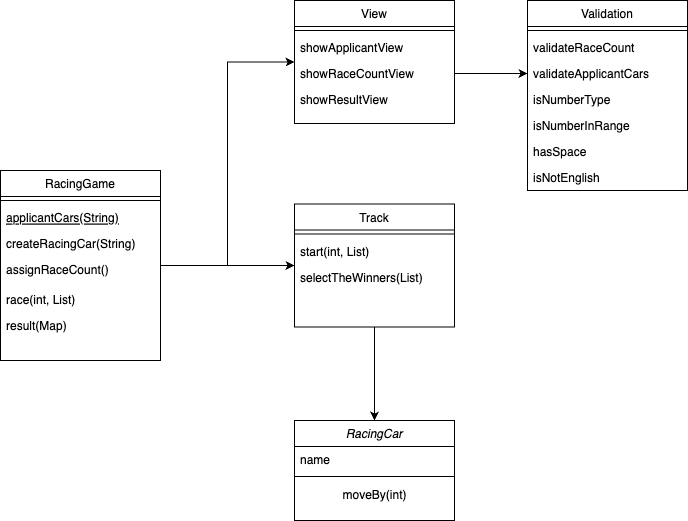
This is docs/woo-racingcar-classdiagram.png from woowacourse-precourse/java-racingcar-6, a draw.io export, as it was before one commit. Source tidied: cells renumbered, new cells last; positions are measured from the earlier drawing's top-left corner, leaving out a move shared by most shapes.
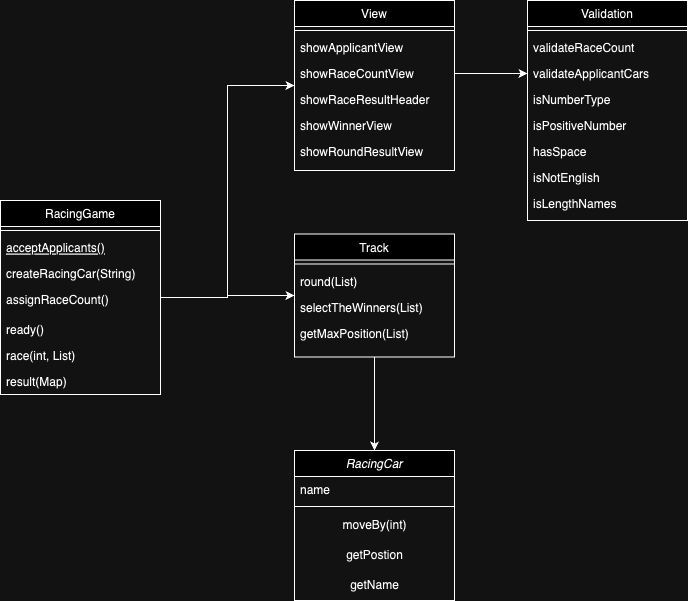
After the change.

Commit message:
yeonsup/docs : 클래스 설계도 수정

The edit, as a diff of the source:
```diff
@@ -3,7 +3,7 @@
     <mxCell id="0" />
     <mxCell id="1" parent="0" />
     <mxCell id="2" value="RacingCar" style="swimlane;fontStyle=2;align=center;verticalAlign=top;horizontal=1;startSize=26;rounded=0;shadow=0;strokeWidth=1;" parent="1" vertex="1">
-      <mxGeometry x="294" y="420" width="160" height="100" as="geometry" />
+      <mxGeometry x="294" y="420" width="160" height="150" as="geometry" />
     </mxCell>
     <mxCell id="3" value="name" style="text;align=left;verticalAlign=top;spacingLeft=4;spacingRight=4;overflow=hidden;" parent="2" vertex="1">
       <mxGeometry y="26" width="160" height="26" as="geometry" />
@@ -14,6 +14,12 @@
     <mxCell id="5" value="moveBy(int)" style="text;html=1;align=center;verticalAlign=middle;strokeColor=none;fillColor=none;" parent="2" vertex="1">
       <mxGeometry y="60" width="160" height="30" as="geometry" />
     </mxCell>
+    <mxCell id="34" value="getPostion" style="text;html=1;align=center;verticalAlign=middle;strokeColor=none;fillColor=none;" parent="2" vertex="1">
+      <mxGeometry y="90" width="160" height="30" as="geometry" />
+    </mxCell>
+    <mxCell id="35" value="getName" style="text;html=1;align=center;verticalAlign=middle;strokeColor=none;fillColor=none;" parent="2" vertex="1">
+      <mxGeometry y="120" width="160" height="30" as="geometry" />
+    </mxCell>
     <mxCell id="6" style="edgeStyle=orthogonalEdgeStyle;rounded=0;jettySize=auto;html=1;entryX=0;entryY=0.5;entryDx=0;entryDy=0;" parent="1" edge="1" source="8" target="16">
       <mxGeometry relative="1" as="geometry" />
     </mxCell>
@@ -21,12 +27,12 @@
       <mxGeometry relative="1" as="geometry" />
     </mxCell>
     <mxCell id="8" value="RacingGame" style="swimlane;fontStyle=0;align=center;verticalAlign=top;horizontal=1;startSize=26;rounded=0;shadow=0;strokeWidth=1;" parent="1" vertex="1">
-      <mxGeometry y="170" width="160" height="190" as="geometry" />
+      <mxGeometry y="170" width="160" height="194" as="geometry" />
     </mxCell>
     <mxCell id="9" style="line;html=1;strokeWidth=1;align=left;verticalAlign=middle;spacingTop=-1;spacingLeft=3;spacingRight=3;labelPosition=right;" parent="8" vertex="1">
       <mxGeometry y="26" width="160" height="8" as="geometry" />
     </mxCell>
-    <mxCell id="10" value="applicantCars(String)" style="text;align=left;verticalAlign=top;spacingLeft=4;spacingRight=4;overflow=hidden;fontStyle=4;" parent="8" vertex="1">
+    <mxCell id="10" value="acceptApplicants()" style="text;align=left;verticalAlign=top;spacingLeft=4;spacingRight=4;overflow=hidden;fontStyle=4;" parent="8" vertex="1">
       <mxGeometry y="34" width="160" height="26" as="geometry" />
     </mxCell>
     <mxCell id="11" value="createRacingCar(String)" style="text;align=left;verticalAlign=top;spacingLeft=4;spacingRight=4;overflow=hidden;" parent="8" vertex="1">
@@ -35,11 +41,14 @@
     <mxCell id="12" value="assignRaceCount()" style="text;align=left;verticalAlign=top;strokeColor=none;fillColor=none;labelBorderColor=none;spacingLeft=4;" parent="8" vertex="1">
       <mxGeometry y="86" width="160" height="30" as="geometry" />
     </mxCell>
+    <mxCell id="36" value="ready()" style="text;align=left;verticalAlign=top;spacingLeft=4;spacingRight=4;overflow=hidden;" parent="8" vertex="1">
+      <mxGeometry y="116" width="160" height="26" as="geometry" />
+    </mxCell>
     <mxCell id="13" value="race(int, List)" style="text;align=left;verticalAlign=top;spacingLeft=4;spacingRight=4;overflow=hidden;" parent="8" vertex="1">
-      <mxGeometry y="116" width="160" height="26" as="geometry" />
+      <mxGeometry y="142" width="160" height="26" as="geometry" />
     </mxCell>
     <mxCell id="14" value="result(Map)" style="text;align=left;verticalAlign=top;spacingLeft=4;spacingRight=4;overflow=hidden;" parent="8" vertex="1">
-      <mxGeometry y="142" width="160" height="26" as="geometry" />
+      <mxGeometry y="168" width="160" height="26" as="geometry" />
     </mxCell>
     <mxCell id="15" style="edgeStyle=orthogonalEdgeStyle;rounded=0;jettySize=auto;html=1;" parent="1" edge="1" source="16" target="2">
       <mxGeometry relative="1" as="geometry" />
@@ -50,14 +59,17 @@
     <mxCell id="17" style="line;html=1;strokeWidth=1;align=left;verticalAlign=middle;spacingTop=-1;spacingLeft=3;spacingRight=3;labelPosition=right;" parent="16" vertex="1">
       <mxGeometry y="26" width="160" height="8" as="geometry" />
     </mxCell>
-    <mxCell id="18" value="start(int, List)" style="text;align=left;verticalAlign=top;spacingLeft=4;spacingRight=4;overflow=hidden;" parent="16" vertex="1">
+    <mxCell id="18" value="round(List)" style="text;align=left;verticalAlign=top;spacingLeft=4;spacingRight=4;overflow=hidden;" parent="16" vertex="1">
       <mxGeometry y="34" width="160" height="26" as="geometry" />
     </mxCell>
     <mxCell id="19" value="selectTheWinners(List)" style="text;align=left;verticalAlign=top;spacingLeft=4;spacingRight=4;overflow=hidden;" parent="16" vertex="1">
       <mxGeometry y="60" width="160" height="26" as="geometry" />
     </mxCell>
+    <mxCell id="37" value="getMaxPosition(List)" style="text;align=left;verticalAlign=top;spacingLeft=4;spacingRight=4;overflow=hidden;" parent="16" vertex="1">
+      <mxGeometry y="86" width="160" height="26" as="geometry" />
+    </mxCell>
     <mxCell id="20" value="View" style="swimlane;fontStyle=0;align=center;verticalAlign=top;horizontal=1;startSize=26;rounded=0;shadow=0;strokeWidth=1;" parent="1" vertex="1">
-      <mxGeometry x="294" width="160" height="123" as="geometry" />
+      <mxGeometry x="294" y="-30" width="160" height="170" as="geometry" />
     </mxCell>
     <mxCell id="21" style="line;html=1;strokeWidth=1;align=left;verticalAlign=middle;spacingTop=-1;spacingLeft=3;spacingRight=3;labelPosition=right;" parent="20" vertex="1">
       <mxGeometry y="26" width="160" height="8" as="geometry" />
@@ -68,11 +80,17 @@
     <mxCell id="23" value="showRaceCountView" style="text;align=left;verticalAlign=top;spacingLeft=4;spacingRight=4;overflow=hidden;points=[[0,0.5],[1,0.5]];portConstraint=eastwest;" parent="20" vertex="1">
       <mxGeometry y="60" width="160" height="26" as="geometry" />
     </mxCell>
-    <mxCell id="24" value="showResultView" style="text;align=left;verticalAlign=top;spacingLeft=4;spacingRight=4;overflow=hidden;" parent="20" vertex="1">
-      <mxGeometry y="86" width="160" height="26" as="geometry" />
-    </mxCell>
+    <mxCell id="38" value="showRaceResultHeader" style="text;align=left;verticalAlign=top;spacingLeft=4;spacingRight=4;overflow=hidden;" parent="20" vertex="1">
+      <mxGeometry y="86" width="160" height="26" as="geometry" />
+    </mxCell>
+    <mxCell id="39" value="showWinnerView" style="text;align=left;verticalAlign=top;spacingLeft=4;spacingRight=4;overflow=hidden;" parent="20" vertex="1">
+      <mxGeometry y="112" width="160" height="26" as="geometry" />
+    </mxCell>
+    <mxCell id="40" value="showRoundResultView" style="text;align=left;verticalAlign=top;spacingLeft=4;spacingRight=4;overflow=hidden;" parent="20" vertex="1">
+      <mxGeometry y="138" width="160" height="26" as="geometry" />
+    </mxCell>
     <mxCell id="25" value="Validation" style="swimlane;fontStyle=0;align=center;verticalAlign=top;horizontal=1;startSize=26;rounded=0;shadow=0;strokeWidth=1;" parent="1" vertex="1">
-      <mxGeometry x="527" width="160" height="190" as="geometry" />
+      <mxGeometry x="527" y="-30" width="160" height="220" as="geometry" />
     </mxCell>
     <mxCell id="26" style="line;html=1;strokeWidth=1;align=left;verticalAlign=middle;spacingTop=-1;spacingLeft=3;spacingRight=3;labelPosition=right;" parent="25" vertex="1">
       <mxGeometry y="26" width="160" height="8" as="geometry" />
@@ -86,7 +104,7 @@
     <mxCell id="29" value="isNumberType" style="text;align=left;verticalAlign=top;spacingLeft=4;spacingRight=4;overflow=hidden;" parent="25" vertex="1">
       <mxGeometry y="86" width="160" height="26" as="geometry" />
     </mxCell>
-    <mxCell id="30" value="isNumberInRange" style="text;align=left;verticalAlign=top;spacingLeft=4;spacingRight=4;overflow=hidden;" parent="25" vertex="1">
+    <mxCell id="30" value="isPositiveNumber" style="text;align=left;verticalAlign=top;spacingLeft=4;spacingRight=4;overflow=hidden;" parent="25" vertex="1">
       <mxGeometry y="112" width="160" height="26" as="geometry" />
     </mxCell>
     <mxCell id="31" value="hasSpace" style="text;align=left;verticalAlign=top;spacingLeft=4;spacingRight=4;overflow=hidden;" parent="25" vertex="1">
@@ -95,6 +113,9 @@
     <mxCell id="32" value="isNotEnglish" style="text;align=left;verticalAlign=top;spacingLeft=4;spacingRight=4;overflow=hidden;" parent="25" vertex="1">
       <mxGeometry y="164" width="160" height="26" as="geometry" />
     </mxCell>
+    <mxCell id="41" value="isLengthNames" style="text;align=left;verticalAlign=top;spacingLeft=4;spacingRight=4;overflow=hidden;" parent="25" vertex="1">
+      <mxGeometry y="190" width="160" height="26" as="geometry" />
+    </mxCell>
     <mxCell id="33" style="edgeStyle=orthogonalEdgeStyle;rounded=0;jettySize=auto;html=1;exitX=1;exitY=0.5;exitDx=0;exitDy=0;entryX=0;entryY=0.5;entryDx=0;entryDy=0;" parent="1" edge="1" source="23" target="28">
       <mxGeometry relative="1" as="geometry" />
     </mxCell>
```
